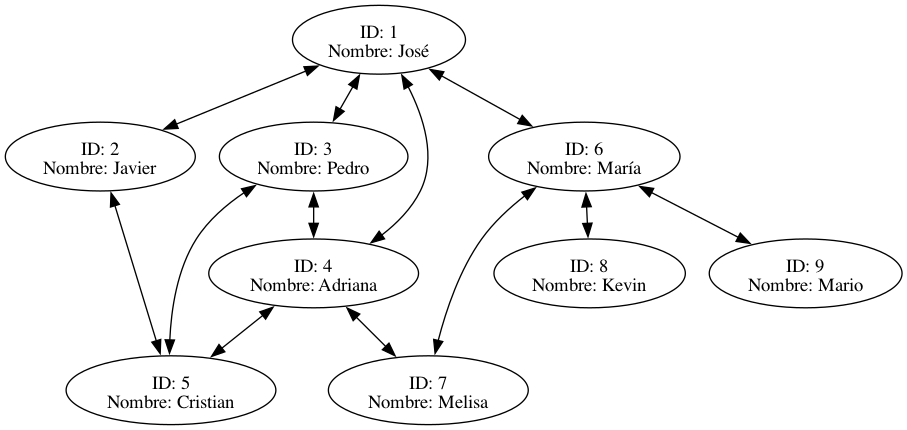
Before: fase3/usuarios/reportes/grafo.png, a diagram exported from Graphviz (Ggi0/-EDD-Proyecto_202100229). Its source is kept beside it as fase3/usuarios/reportes/grafo.dot.
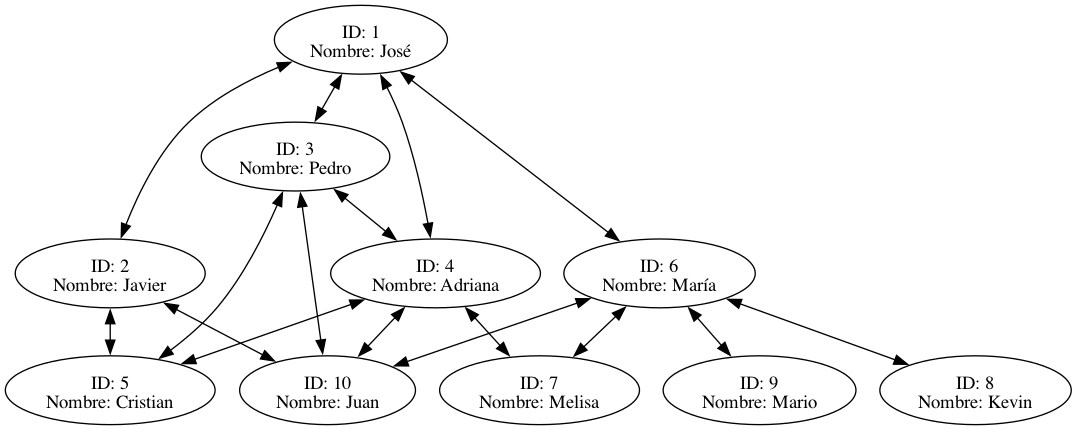
Above is the later version.

Change to the diagram source:
```diff
@@ -6,18 +6,23 @@
 Nodo1->Nodo6[dir = both];
 Nodo2 [label = "ID: 2\nNombre: Javier"];
 Nodo2->Nodo5[dir = both];
+Nodo2->Nodo10[dir = both];
 Nodo3 [label = "ID: 3\nNombre: Pedro"];
 Nodo3->Nodo5[dir = both];
 Nodo3->Nodo4[dir = both];
+Nodo3->Nodo10[dir = both];
 Nodo4 [label = "ID: 4\nNombre: Adriana"];
 Nodo4->Nodo5[dir = both];
 Nodo4->Nodo7[dir = both];
+Nodo4->Nodo10[dir = both];
 Nodo5 [label = "ID: 5\nNombre: Cristian"];
 Nodo6 [label = "ID: 6\nNombre: María"];
 Nodo6->Nodo8[dir = both];
 Nodo6->Nodo9[dir = both];
 Nodo6->Nodo7[dir = both];
+Nodo6->Nodo10[dir = both];
 Nodo7 [label = "ID: 7\nNombre: Melisa"];
 Nodo8 [label = "ID: 8\nNombre: Kevin"];
 Nodo9 [label = "ID: 9\nNombre: Mario"];
+Nodo10 [label = "ID: 10\nNombre: Juan"];
 }
```
